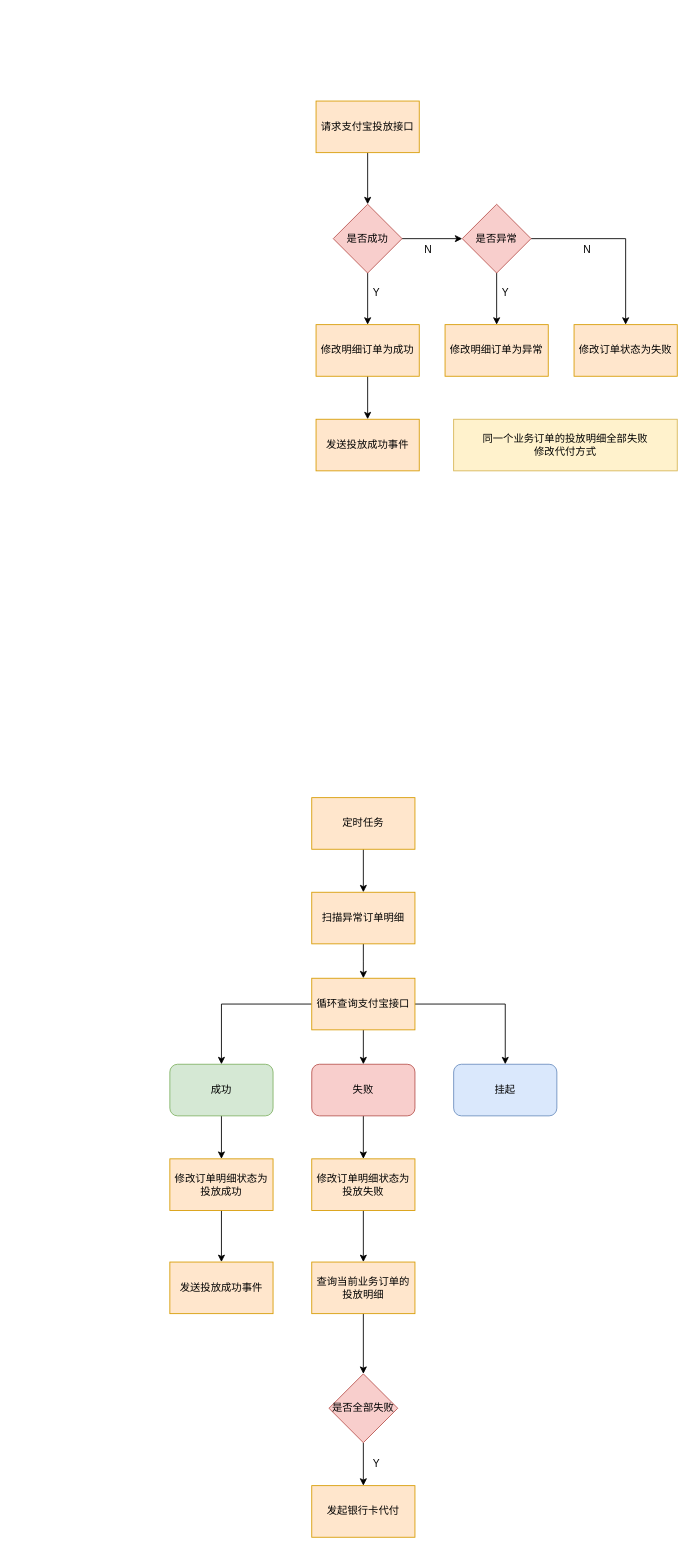
This is 通知.drawio from Jie33/draw, a draw.io file, before an edit. Source tidied: cells renumbered, new cells numbered last; positions are measured from the earlier drawing's top-left corner, leaving out a move shared by most shapes. Both pictures are drawn from the tidied source at 86%, with x=0, y=0 at pixel (169, 101).
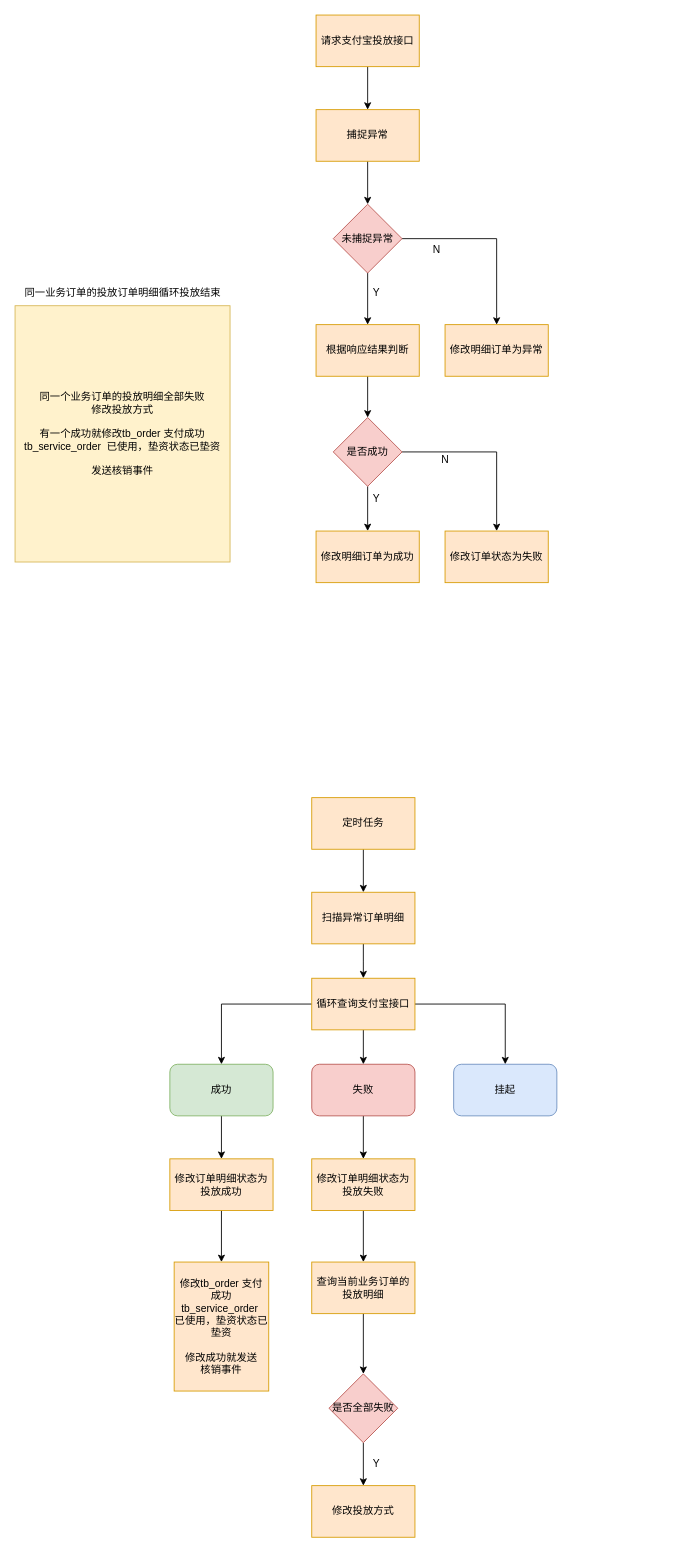
The same page after the edit.

The change refers to these unchanged cells:
```xml
<mxCell id="14" value="修改明细订单为异常" style="rounded=0;whiteSpace=wrap;html=1;fillColor=#ffe6cc;strokeColor=#d79b00;" parent="1" vertex="1">
  <mxGeometry x="320" y="260" width="120" height="60" as="geometry" />
</mxCell>
```

Diff of the diagram source:
```diff
@@
-    <mxCell id="2" style="edgeStyle=orthogonalEdgeStyle;rounded=0;jettySize=auto;html=1;" parent="1" edge="1" source="3" target="8">
-      <mxGeometry relative="1" as="geometry" />
-    </mxCell>
+    <mxCell id="44" style="edgeStyle=orthogonalEdgeStyle;rounded=0;jettySize=auto;html=1;" parent="1" edge="1" source="3" target="49">
+      <mxGeometry relative="1" as="geometry" />
+    </mxCell>
     <mxCell id="3" value="请求支付宝投放接口" style="rounded=0;whiteSpace=wrap;html=1;fillColor=#ffe6cc;strokeColor=#d79b00;" parent="1" vertex="1">
-      <mxGeometry x="170" width="120" height="60" as="geometry" />
+      <mxGeometry x="170" y="-100" width="120" height="60" as="geometry" />
     </mxCell>
-    <mxCell id="4" style="edgeStyle=orthogonalEdgeStyle;rounded=0;jettySize=auto;html=1;" parent="1" edge="1" source="5" target="40">
-      <mxGeometry relative="1" as="geometry" />
-    </mxCell>
+    <mxCell id="45" style="edgeStyle=orthogonalEdgeStyle;rounded=0;jettySize=auto;html=1;" parent="1" edge="1" source="5" target="52">
+      <mxGeometry relative="1" as="geometry" />
+    </mxCell>
-    <mxCell id="5" value="修改明细订单为成功" style="rounded=0;whiteSpace=wrap;html=1;fillColor=#ffe6cc;strokeColor=#d79b00;" parent="1" vertex="1">
+    <mxCell id="5" value="根据响应结果判断" style="rounded=0;whiteSpace=wrap;html=1;fillColor=#ffe6cc;strokeColor=#d79b00;" parent="1" vertex="1">
       <mxGeometry x="170" y="260" width="120" height="60" as="geometry" />
     </mxCell>
@@
-    <mxCell id="7" style="edgeStyle=orthogonalEdgeStyle;rounded=0;jettySize=auto;html=1;" parent="1" edge="1" source="8" target="11">
+    <mxCell id="7" style="edgeStyle=orthogonalEdgeStyle;rounded=0;jettySize=auto;html=1;entryX=0.5;entryY=0;entryDx=0;entryDy=0;" parent="1" edge="1" source="8" target="14">
       <mxGeometry relative="1" as="geometry" />
     </mxCell>
-    <mxCell id="8" value="是否成功" style="rhombus;whiteSpace=wrap;html=1;fillColor=#f8cecc;strokeColor=#b85450;" parent="1" vertex="1">
+    <mxCell id="8" value="未捕捉异常" style="rhombus;whiteSpace=wrap;html=1;fillColor=#f8cecc;strokeColor=#b85450;" parent="1" vertex="1">
       <mxGeometry x="190" y="120" width="80" height="80" as="geometry" />
     </mxCell>
-    <mxCell id="9" style="edgeStyle=orthogonalEdgeStyle;rounded=0;jettySize=auto;html=1;" parent="1" edge="1" source="11" target="14">
-      <mxGeometry relative="1" as="geometry" />
-    </mxCell>
-    <mxCell id="10" style="edgeStyle=orthogonalEdgeStyle;rounded=0;jettySize=auto;html=1;entryX=0.5;entryY=0;entryDx=0;entryDy=0;" parent="1" edge="1" source="11" target="16">
-      <mxGeometry relative="1" as="geometry" />
-    </mxCell>
-    <mxCell id="11" value="是否异常" style="rhombus;whiteSpace=wrap;html=1;fillColor=#f8cecc;strokeColor=#b85450;" parent="1" vertex="1">
-      <mxGeometry x="340" y="120" width="80" height="80" as="geometry" />
-    </mxCell>
     <mxCell id="12" value="N" style="text;html=1;align=center;verticalAlign=middle;strokeColor=none;fillColor=none;" parent="1" vertex="1">
-      <mxGeometry x="285" y="158" width="30" height="30" as="geometry" />
+      <mxGeometry x="295" y="158" width="30" height="30" as="geometry" />
     </mxCell>
@@
-    <mxCell id="15" value="Y" style="text;html=1;align=center;verticalAlign=middle;strokeColor=none;fillColor=none;" parent="1" vertex="1">
-      <mxGeometry x="375" y="208" width="30" height="30" as="geometry" />
-    </mxCell>
     <mxCell id="16" value="修改订单状态为失败" style="rounded=0;whiteSpace=wrap;html=1;fillColor=#ffe6cc;strokeColor=#d79b00;" parent="1" vertex="1">
-      <mxGeometry x="470" y="260" width="120" height="60" as="geometry" />
+      <mxGeometry x="320" y="500" width="120" height="60" as="geometry" />
     </mxCell>
-    <mxCell id="17" value="N" style="text;html=1;align=center;verticalAlign=middle;strokeColor=none;fillColor=none;" parent="1" vertex="1">
-      <mxGeometry x="470" y="158" width="30" height="30" as="geometry" />
-    </mxCell>
@@
-    <mxCell id="35" value="发起银行卡代付" style="rounded=0;whiteSpace=wrap;html=1;fillColor=#ffe6cc;strokeColor=#d79b00;" parent="1" vertex="1">
+    <mxCell id="35" value="修改投放方式" style="rounded=0;whiteSpace=wrap;html=1;fillColor=#ffe6cc;strokeColor=#d79b00;" parent="1" vertex="1">
       <mxGeometry x="165" y="1610" width="120" height="60" as="geometry" />
     </mxCell>
@@
-    <mxCell id="40" value="发送投放成功事件" style="rounded=0;whiteSpace=wrap;html=1;fillColor=#ffe6cc;strokeColor=#d79b00;" parent="1" vertex="1">
-      <mxGeometry x="170" y="370" width="120" height="60" as="geometry" />
-    </mxCell>
@@
-    <mxCell id="42" value="同一个业务订单的投放明细全部失败&lt;div&gt;修改代付方式&lt;/div&gt;" style="rounded=0;whiteSpace=wrap;html=1;fillColor=#fff2cc;strokeColor=#d6b656;" parent="1" vertex="1">
-      <mxGeometry x="330" y="370" width="260" height="60" as="geometry" />
-    </mxCell>
-    <mxCell id="43" value="发送投放成功事件" style="rounded=0;whiteSpace=wrap;html=1;fillColor=#ffe6cc;strokeColor=#d79b00;" parent="1" vertex="1">
-      <mxGeometry y="1350" width="120" height="60" as="geometry" />
+    <mxCell id="43" value="修改tb_order 支付成功&lt;div&gt;tb_service_order&amp;nbsp; 已使用，垫资状态已垫资&lt;/div&gt;&lt;div&gt;&lt;br&gt;&lt;/div&gt;&lt;div&gt;修改成功就发送&lt;/div&gt;&lt;div&gt;核销事件&lt;/div&gt;" style="rounded=0;whiteSpace=wrap;html=1;fillColor=#ffe6cc;strokeColor=#d79b00;" parent="1" vertex="1">
+      <mxGeometry x="5" y="1350" width="110" height="150" as="geometry" />
     </mxCell>
+    <mxCell id="46" value="&lt;div&gt;同一个业务订单的投放明细全部失败&lt;div&gt;修改投放方式&lt;/div&gt;&lt;/div&gt;&lt;div&gt;&lt;br&gt;&lt;/div&gt;有一个成功就修改tb_order 支付成功&lt;div&gt;tb_service_order&amp;nbsp; 已使用，垫资状态已垫资&lt;/div&gt;&lt;div&gt;&lt;br&gt;&lt;/div&gt;&lt;div&gt;发送核销事件&lt;/div&gt;" style="rounded=0;whiteSpace=wrap;html=1;fillColor=#fff2cc;strokeColor=#d6b656;" parent="1" vertex="1">
+      <mxGeometry x="-180" y="238" width="250" height="298" as="geometry" />
+    </mxCell>
+    <mxCell id="47" value="同一业务订单的投放订单明细循环投放结束" style="text;html=1;align=center;verticalAlign=middle;strokeColor=none;fillColor=none;" parent="1" vertex="1">
+      <mxGeometry x="-180" y="208" width="250" height="30" as="geometry" />
+    </mxCell>
+    <mxCell id="48" style="edgeStyle=orthogonalEdgeStyle;rounded=0;jettySize=auto;html=1;" parent="1" edge="1" source="49" target="8">
+      <mxGeometry relative="1" as="geometry" />
+    </mxCell>
+    <mxCell id="49" value="捕捉异常" style="rounded=0;whiteSpace=wrap;html=1;fillColor=#ffe6cc;strokeColor=#d79b00;" parent="1" vertex="1">
+      <mxGeometry x="170" y="10" width="120" height="60" as="geometry" />
+    </mxCell>
+    <mxCell id="50" style="edgeStyle=orthogonalEdgeStyle;rounded=0;jettySize=auto;html=1;entryX=0.5;entryY=0;entryDx=0;entryDy=0;" parent="1" edge="1" source="52" target="16">
+      <mxGeometry relative="1" as="geometry" />
+    </mxCell>
+    <mxCell id="51" style="edgeStyle=orthogonalEdgeStyle;rounded=0;jettySize=auto;html=1;" parent="1" edge="1" source="52" target="53">
+      <mxGeometry relative="1" as="geometry" />
+    </mxCell>
+    <mxCell id="52" value="是否成功" style="rhombus;whiteSpace=wrap;html=1;fillColor=#f8cecc;strokeColor=#b85450;" parent="1" vertex="1">
+      <mxGeometry x="190" y="368" width="80" height="80" as="geometry" />
+    </mxCell>
+    <mxCell id="53" value="修改明细订单为成功" style="rounded=0;whiteSpace=wrap;html=1;fillColor=#ffe6cc;strokeColor=#d79b00;" parent="1" vertex="1">
+      <mxGeometry x="170" y="500" width="120" height="60" as="geometry" />
+    </mxCell>
+    <mxCell id="15" value="Y" style="text;html=1;align=center;verticalAlign=middle;strokeColor=none;fillColor=none;" parent="1" vertex="1">
+      <mxGeometry x="225" y="448" width="30" height="30" as="geometry" />
+    </mxCell>
+    <mxCell id="17" value="N" style="text;html=1;align=center;verticalAlign=middle;strokeColor=none;fillColor=none;" parent="1" vertex="1">
+      <mxGeometry x="305" y="402" width="30" height="30" as="geometry" />
+    </mxCell>
```
